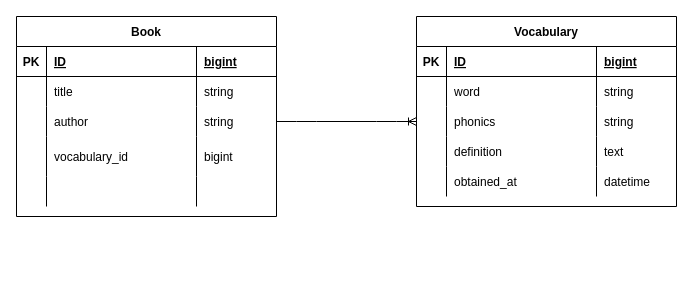
This is db/er/er.drawio from Kubo-yu/vocab-from-kindle, a draw.io file, before an edit. Source tidied: cells renumbered, new cells numbered last; positions are measured from the earlier drawing's top-left corner, leaving out a move shared by most shapes. Both pictures are drawn from the tidied source at 100%, with x=0, y=0 at pixel (16, 16).
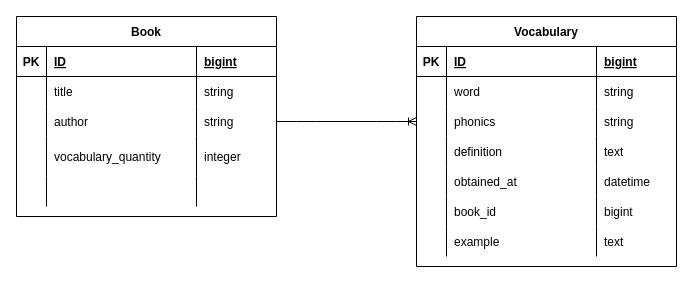
The same page after the edit.

The change refers to these unchanged cells:
```xml
<mxCell id="15" style="shape=partialRectangle;fillColor=none;top=0;left=0;bottom=0;right=0;" parent="2" vertex="1">
  <mxGeometry y="120" width="260" height="40" as="geometry" />
</mxCell>
```

What changed in the source:
```diff
@@
-    <mxCell id="17" value="vocabulary_id" style="shape=partialRectangle;fillColor=none;top=0;left=0;bottom=0;right=0;align=left;spacingLeft=6;overflow=hidden;" parent="15" vertex="1">
+    <mxCell id="17" value="vocabulary_quantity" style="shape=partialRectangle;fillColor=none;top=0;left=0;bottom=0;right=0;align=left;spacingLeft=6;overflow=hidden;" parent="15" vertex="1">
       <mxGeometry x="30" width="150" height="40" as="geometry" />
     </mxCell>
-    <mxCell id="18" value="bigint" style="shape=partialRectangle;fillColor=none;top=0;left=0;bottom=0;right=0;align=left;spacingLeft=6;overflow=hidden;" parent="15" vertex="1">
+    <mxCell id="18" value="integer" style="shape=partialRectangle;fillColor=none;top=0;left=0;bottom=0;right=0;align=left;spacingLeft=6;overflow=hidden;" parent="15" vertex="1">
       <mxGeometry x="180" width="80" height="40" as="geometry" />
     </mxCell>
@@
     <mxCell id="23" value="Vocabulary" style="shape=table;startSize=30;childLayout=tableLayout;rowLines=0;fontStyle=1;align=center;" parent="1" vertex="1">
-      <mxGeometry x="400" width="260" height="190" as="geometry" />
+      <mxGeometry x="400" width="260" height="250" as="geometry" />
     </mxCell>
@@
+    <mxCell id="45" style="shape=partialRectangle;fillColor=none;top=0;left=0;bottom=0;right=0;" parent="23" vertex="1">
+      <mxGeometry y="180" width="260" height="30" as="geometry" />
+    </mxCell>
+    <mxCell id="46" style="shape=partialRectangle;fillColor=none;top=0;left=0;bottom=0;right=0;overflow=hidden;" parent="45" vertex="1">
+      <mxGeometry width="30" height="30" as="geometry" />
+    </mxCell>
+    <mxCell id="47" value="book_id" style="shape=partialRectangle;fillColor=none;top=0;left=0;bottom=0;right=0;align=left;spacingLeft=6;overflow=hidden;" parent="45" vertex="1">
+      <mxGeometry x="30" width="150" height="30" as="geometry" />
+    </mxCell>
+    <mxCell id="48" value="bigint" style="shape=partialRectangle;fillColor=none;top=0;left=0;bottom=0;right=0;align=left;spacingLeft=6;overflow=hidden;" parent="45" vertex="1">
+      <mxGeometry x="180" width="80" height="30" as="geometry" />
+    </mxCell>
+    <mxCell id="49" style="shape=partialRectangle;fillColor=none;top=0;left=0;bottom=0;right=0;" parent="23" vertex="1">
+      <mxGeometry y="210" width="260" height="30" as="geometry" />
+    </mxCell>
+    <mxCell id="50" style="shape=partialRectangle;fillColor=none;top=0;left=0;bottom=0;right=0;overflow=hidden;" parent="49" vertex="1">
+      <mxGeometry width="30" height="30" as="geometry" />
+    </mxCell>
+    <mxCell id="51" value="example" style="shape=partialRectangle;fillColor=none;top=0;left=0;bottom=0;right=0;align=left;spacingLeft=6;overflow=hidden;" parent="49" vertex="1">
+      <mxGeometry x="30" width="150" height="30" as="geometry" />
+    </mxCell>
+    <mxCell id="52" value="text" style="shape=partialRectangle;fillColor=none;top=0;left=0;bottom=0;right=0;align=left;spacingLeft=6;overflow=hidden;" parent="49" vertex="1">
+      <mxGeometry x="180" width="80" height="30" as="geometry" />
+    </mxCell>
```
